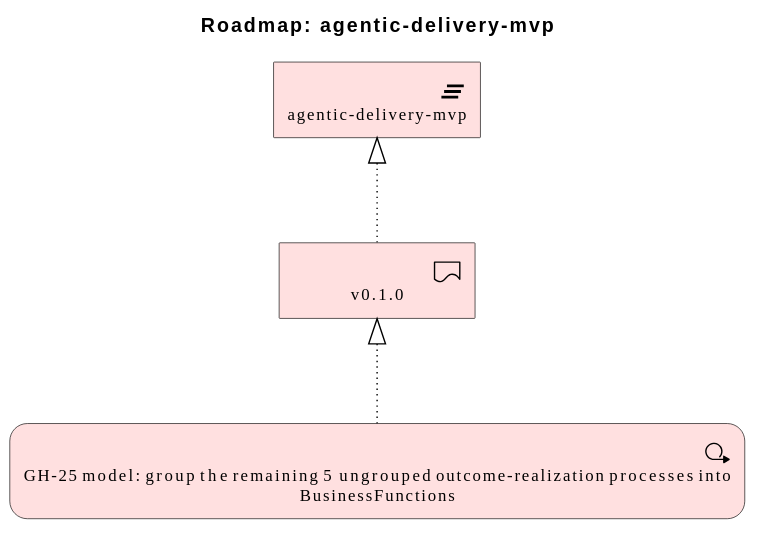
The PlantUML diagram architecture/model/diagrams/migration/plat-agentic-delivery-mvp-3.svg in wolffy-au/frictionless-architect, before a commit.
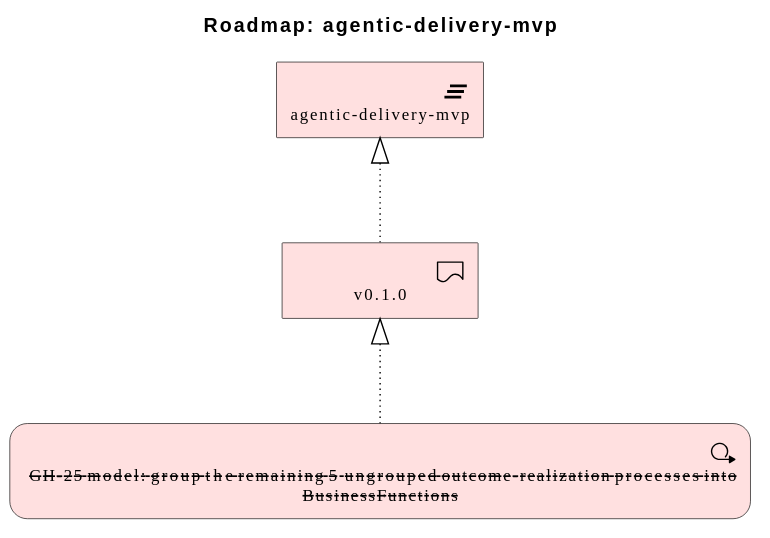
After the commit.

What changed in the source:
```diff
@@ -5,7 +5,7 @@
 
 Implementation_Deliverable(e_id314ed2487dd05b, "v0.1.0")
 Implementation_Plateau(e_idc934b858568255, "agentic-delivery-mvp")
-Implementation_WorkPackage(e_idd1979fe2c3d35b, "GH-25 model: group the remaining 5 ungrouped outcome-realization processes into BusinessFunctions")
+Implementation_WorkPackage(e_idd1979fe2c3d35b, " --GH-25 model: group the remaining 5 ungrouped outcome-realization processes into BusinessFunctions--")
 
 Rel_Realization_Up(e_id314ed2487dd05b, e_idc934b858568255, "")
 Rel_Realization_Up(e_idd1979fe2c3d35b, e_id314ed2487dd05b, "")
```
